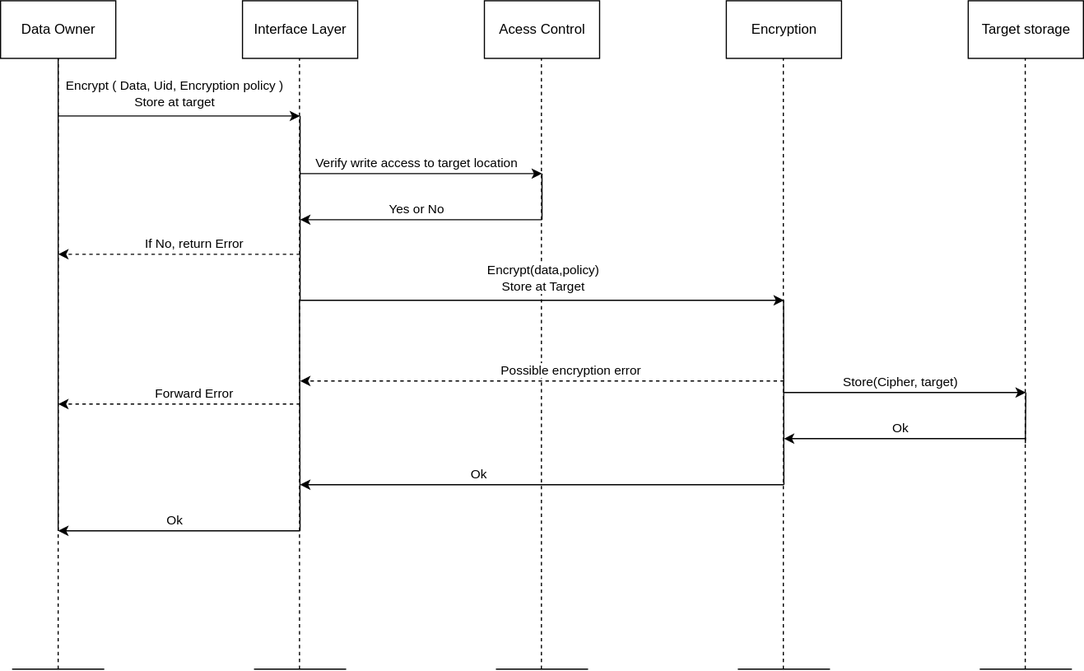
Earlier version of the draw.io export docs/design/system/encryption_flow.drawio.svg (ivajon/NGAC_ABE). Source tidied: cells renumbered, new cells last; positions are measured from the earlier drawing's top-left corner, leaving out a move shared by most shapes.
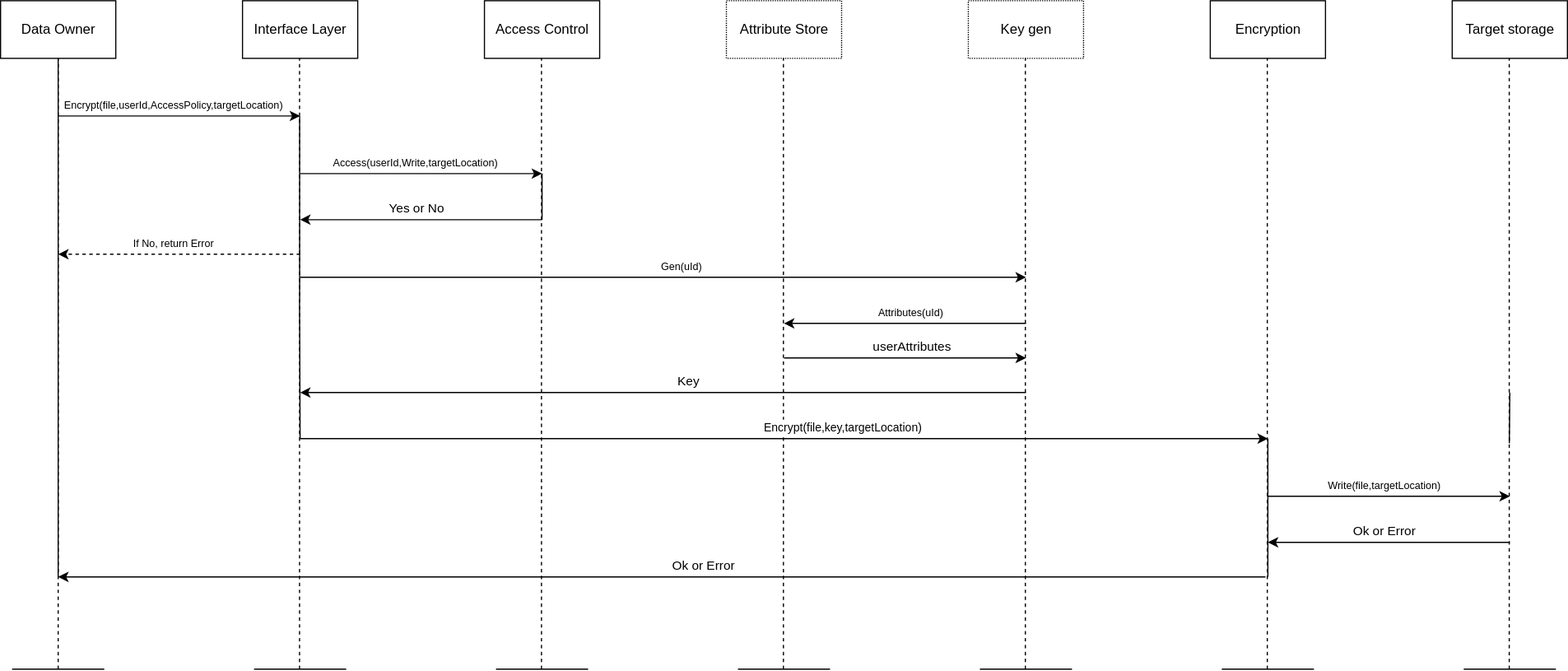
Later version of the same file.

Diff of the diagram source:
```diff
@@ -5,11 +5,11 @@
     <mxCell id="2" value="Data Owner" style="html=1;dashed=0;whitespace=wrap;" parent="1" vertex="1">
       <mxGeometry width="100" height="50" as="geometry" />
     </mxCell>
-    <mxCell id="3" value="Acess Control" style="html=1;dashed=0;whitespace=wrap;" parent="1" vertex="1">
+    <mxCell id="3" value="Access Control" style="html=1;dashed=0;whitespace=wrap;" parent="1" vertex="1">
       <mxGeometry x="420" width="100" height="50" as="geometry" />
     </mxCell>
     <mxCell id="4" value="Encryption" style="html=1;dashed=0;whitespace=wrap;" parent="1" vertex="1">
-      <mxGeometry x="630" width="100" height="50" as="geometry" />
+      <mxGeometry x="1050" width="100" height="50" as="geometry" />
     </mxCell>
     <mxCell id="5" value="Interface Layer" style="html=1;dashed=0;whitespace=wrap;" parent="1" vertex="1">
       <mxGeometry x="210" width="100" height="50" as="geometry" />
@@ -43,10 +43,10 @@
     </mxCell>
     <mxCell id="9" style="endArrow=none;html=1;" parent="1" edge="1">
       <mxGeometry relative="1" as="geometry">
-        <mxPoint x="640" y="580" as="sourcePoint" />
-        <mxPoint x="720" y="580" as="targetPoint" />
+        <mxPoint x="1060" y="580" as="sourcePoint" />
+        <mxPoint x="1140" y="580" as="targetPoint" />
         <Array as="points">
-          <mxPoint x="680" y="580" />
+          <mxPoint x="1100" y="580" />
         </Array>
       </mxGeometry>
     </mxCell>
@@ -69,8 +69,8 @@
     </mxCell>
     <mxCell id="13" style="endArrow=none;dashed=1;html=1;entryX=0.5;entryY=1;entryDx=0;entryDy=0;" parent="1" edge="1">
       <mxGeometry relative="1" as="geometry">
-        <mxPoint x="679.5" y="580" as="sourcePoint" />
-        <mxPoint x="679.5" y="50" as="targetPoint" />
+        <mxPoint x="1099.5" y="580" as="sourcePoint" />
+        <mxPoint x="1099.5" y="50" as="targetPoint" />
       </mxGeometry>
     </mxCell>
     <mxCell id="14" style="endArrow=classic;html=1;" parent="1" edge="1">
@@ -79,39 +79,39 @@
         <mxPoint x="260" y="100" as="targetPoint" />
       </mxGeometry>
     </mxCell>
-    <mxCell id="15" value="Encrypt ( Data, Uid, Encryption policy )&amp;nbsp;&lt;br&gt;Store at target" style="edgeLabel;html=1;align=center;verticalAlign=middle;" parent="14" vertex="1">
+    <mxCell id="15" value="&lt;font style=&quot;font-size: 9px&quot;&gt;Encrypt(file,userId,AccessPolicy,targetLocation)&lt;/font&gt;" style="edgeLabel;html=1;align=center;verticalAlign=middle;" parent="14" vertex="1">
       <mxGeometry x="-0.14" y="-4" relative="1" as="geometry">
-        <mxPoint x="9" y="-24" as="offset" />
+        <mxPoint x="9" y="-14" as="offset" />
       </mxGeometry>
     </mxCell>
     <mxCell id="16" style="endArrow=none;html=1;" parent="1" edge="1">
       <mxGeometry relative="1" as="geometry">
-        <mxPoint x="50" y="460" as="sourcePoint" />
+        <mxPoint x="50" y="500" as="sourcePoint" />
         <mxPoint x="50" y="50" as="targetPoint" />
       </mxGeometry>
     </mxCell>
     <mxCell id="17" value="Target storage" style="html=1;dashed=0;whitespace=wrap;" parent="1" vertex="1">
-      <mxGeometry x="840" width="100" height="50" as="geometry" />
+      <mxGeometry x="1260" width="100" height="50" as="geometry" />
     </mxCell>
     <mxCell id="18" style="endArrow=none;html=1;" parent="1" edge="1">
       <mxGeometry relative="1" as="geometry">
-        <mxPoint x="850" y="580" as="sourcePoint" />
-        <mxPoint x="930" y="580" as="targetPoint" />
+        <mxPoint x="1270" y="580" as="sourcePoint" />
+        <mxPoint x="1350" y="580" as="targetPoint" />
         <Array as="points">
-          <mxPoint x="890" y="580" />
+          <mxPoint x="1310" y="580" />
         </Array>
       </mxGeometry>
     </mxCell>
     <mxCell id="19" style="endArrow=none;dashed=1;html=1;entryX=0.5;entryY=1;entryDx=0;entryDy=0;" parent="1" edge="1">
       <mxGeometry relative="1" as="geometry">
-        <mxPoint x="889.5" y="580" as="sourcePoint" />
-        <mxPoint x="889.5" y="50" as="targetPoint" />
+        <mxPoint x="1309.5" y="580" as="sourcePoint" />
+        <mxPoint x="1309.5" y="50" as="targetPoint" />
       </mxGeometry>
     </mxCell>
     <mxCell id="20" style="endArrow=none;html=1;" parent="1" edge="1">
       <mxGeometry relative="1" as="geometry">
-        <mxPoint x="260" y="260" as="sourcePoint" />
-        <mxPoint x="260" y="100" as="targetPoint" />
+        <mxPoint x="259.6" y="260" as="sourcePoint" />
+        <mxPoint x="259.6" y="100" as="targetPoint" />
       </mxGeometry>
     </mxCell>
     <mxCell id="21" style="endArrow=classic;html=1;" parent="1" edge="1">
@@ -120,7 +120,7 @@
         <mxPoint x="470" y="150" as="targetPoint" />
       </mxGeometry>
     </mxCell>
-    <mxCell id="22" value="Verify write access to target location" style="edgeLabel;html=1;align=center;verticalAlign=middle;" parent="21" vertex="1">
+    <mxCell id="22" value="&lt;font style=&quot;font-size: 9px&quot;&gt;Access(userId,Write,targetLocation)&lt;/font&gt;" style="edgeLabel;html=1;align=center;verticalAlign=middle;" parent="21" vertex="1">
       <mxGeometry x="-0.14" y="-4" relative="1" as="geometry">
         <mxPoint x="9" y="-14" as="offset" />
       </mxGeometry>
@@ -148,105 +148,152 @@
         <mxPoint x="50" y="220" as="targetPoint" />
       </mxGeometry>
     </mxCell>
-    <mxCell id="27" value="If No, return Error" style="edgeLabel;html=1;align=center;verticalAlign=middle;" parent="26" vertex="1">
+    <mxCell id="27" value="&lt;font style=&quot;font-size: 9px&quot;&gt;If No, return Error&lt;/font&gt;" style="edgeLabel;html=1;align=center;verticalAlign=middle;" parent="26" vertex="1">
       <mxGeometry x="-0.11" relative="1" as="geometry">
-        <mxPoint y="-10" as="offset" />
+        <mxPoint x="-17" y="-10" as="offset" />
       </mxGeometry>
     </mxCell>
-    <mxCell id="28" style="endArrow=classic;html=1;" parent="1" edge="1">
-      <mxGeometry relative="1" as="geometry">
-        <mxPoint x="260" y="260" as="sourcePoint" />
-        <mxPoint x="680" y="260" as="targetPoint" />
-      </mxGeometry>
-    </mxCell>
-    <mxCell id="29" value="Encrypt(data,policy)&lt;br&gt;Store at Target" style="edgeLabel;html=1;align=center;verticalAlign=middle;" parent="28" vertex="1">
-      <mxGeometry x="-0.14" y="-4" relative="1" as="geometry">
-        <mxPoint x="29" y="-24" as="offset" />
-      </mxGeometry>
-    </mxCell>
     <mxCell id="30" style="endArrow=none;html=1;" parent="1" edge="1">
       <mxGeometry relative="1" as="geometry">
-        <mxPoint x="680" y="420" as="sourcePoint" />
-        <mxPoint x="679.7" y="260" as="targetPoint" />
+        <mxPoint x="1100" y="500" as="sourcePoint" />
+        <mxPoint x="1100" y="380" as="targetPoint" />
       </mxGeometry>
     </mxCell>
     <mxCell id="31" style="endArrow=classic;html=1;" parent="1" edge="1">
       <mxGeometry relative="1" as="geometry">
-        <mxPoint x="680" y="340" as="sourcePoint" />
-        <mxPoint x="890" y="340" as="targetPoint" />
+        <mxPoint x="1100" y="430" as="sourcePoint" />
+        <mxPoint x="1310" y="430" as="targetPoint" />
       </mxGeometry>
     </mxCell>
-    <mxCell id="32" value="Store(Cipher, target)" style="edgeLabel;html=1;align=center;verticalAlign=middle;" parent="31" vertex="1">
+    <mxCell id="32" value="&lt;font style=&quot;font-size: 9px&quot;&gt;Write(file,targetLocation)&lt;/font&gt;" style="edgeLabel;html=1;align=center;verticalAlign=middle;" parent="31" vertex="1">
       <mxGeometry x="-0.27" y="-1" relative="1" as="geometry">
         <mxPoint x="23" y="-11" as="offset" />
       </mxGeometry>
     </mxCell>
     <mxCell id="33" style="endArrow=none;html=1;" parent="1" edge="1">
       <mxGeometry relative="1" as="geometry">
-        <mxPoint x="889.6" y="384" as="sourcePoint" />
-        <mxPoint x="890" y="340" as="targetPoint" />
+        <mxPoint x="1309.6" y="384" as="sourcePoint" />
+        <mxPoint x="1310" y="340" as="targetPoint" />
       </mxGeometry>
     </mxCell>
     <mxCell id="34" style="endArrow=classic;html=1;" parent="1" edge="1">
       <mxGeometry relative="1" as="geometry">
-        <mxPoint x="890" y="380" as="sourcePoint" />
-        <mxPoint x="680" y="380" as="targetPoint" />
+        <mxPoint x="1310" y="470" as="sourcePoint" />
+        <mxPoint x="1100" y="470" as="targetPoint" />
       </mxGeometry>
     </mxCell>
-    <mxCell id="35" value="Ok" style="edgeLabel;html=1;align=center;verticalAlign=middle;" parent="34" vertex="1">
+    <mxCell id="35" value="Ok or Error" style="edgeLabel;html=1;align=center;verticalAlign=middle;" parent="34" vertex="1">
       <mxGeometry x="0.49" y="3" relative="1" as="geometry">
         <mxPoint x="46" y="-13" as="offset" />
       </mxGeometry>
     </mxCell>
-    <mxCell id="36" style="endArrow=classic;html=1;dashed=1;" parent="1" edge="1">
-      <mxGeometry relative="1" as="geometry">
-        <mxPoint x="680" y="330" as="sourcePoint" />
-        <mxPoint x="260" y="330" as="targetPoint" />
-      </mxGeometry>
-    </mxCell>
-    <mxCell id="37" value="Possible encryption error" style="edgeLabel;html=1;align=center;verticalAlign=middle;" parent="36" vertex="1">
-      <mxGeometry x="-0.11" relative="1" as="geometry">
-        <mxPoint y="-10" as="offset" />
-      </mxGeometry>
-    </mxCell>
     <mxCell id="38" style="endArrow=none;html=1;" parent="1" edge="1">
       <mxGeometry relative="1" as="geometry">
-        <mxPoint x="260" y="460" as="sourcePoint" />
+        <mxPoint x="260" y="380" as="sourcePoint" />
         <mxPoint x="259.5" y="260" as="targetPoint" />
       </mxGeometry>
     </mxCell>
-    <mxCell id="39" style="endArrow=classic;html=1;dashed=1;" parent="1" edge="1">
-      <mxGeometry relative="1" as="geometry">
-        <mxPoint x="260" y="350" as="sourcePoint" />
-        <mxPoint x="50" y="350" as="targetPoint" />
-      </mxGeometry>
-    </mxCell>
-    <mxCell id="40" value="Forward Error" style="edgeLabel;html=1;align=center;verticalAlign=middle;" parent="39" vertex="1">
-      <mxGeometry x="-0.11" relative="1" as="geometry">
-        <mxPoint y="-10" as="offset" />
-      </mxGeometry>
-    </mxCell>
-    <mxCell id="41" style="endArrow=classic;html=1;" parent="1" edge="1">
-      <mxGeometry relative="1" as="geometry">
-        <mxPoint x="680" y="420" as="sourcePoint" />
-        <mxPoint x="260" y="420" as="targetPoint" />
-      </mxGeometry>
-    </mxCell>
-    <mxCell id="42" value="Ok" style="edgeLabel;html=1;align=center;verticalAlign=middle;" parent="41" vertex="1">
-      <mxGeometry x="0.49" y="3" relative="1" as="geometry">
-        <mxPoint x="46" y="-13" as="offset" />
-      </mxGeometry>
-    </mxCell>
-    <mxCell id="43" style="endArrow=classic;html=1;" parent="1" edge="1">
-      <mxGeometry relative="1" as="geometry">
-        <mxPoint x="260" y="460" as="sourcePoint" />
-        <mxPoint x="50" y="460" as="targetPoint" />
-      </mxGeometry>
-    </mxCell>
-    <mxCell id="44" value="Ok" style="edgeLabel;html=1;align=center;verticalAlign=middle;" parent="43" vertex="1">
-      <mxGeometry x="0.49" y="3" relative="1" as="geometry">
-        <mxPoint x="46" y="-13" as="offset" />
-      </mxGeometry>
-    </mxCell>
+    <mxCell id="45" value="Attribute Store" style="html=1;dashed=1;whitespace=wrap;dashPattern=1 1;" parent="1" vertex="1">
+      <mxGeometry x="630" width="100" height="50" as="geometry" />
+    </mxCell>
+    <mxCell id="46" style="endArrow=none;html=1;" parent="1" edge="1">
+      <mxGeometry relative="1" as="geometry">
+        <mxPoint x="640" y="580" as="sourcePoint" />
+        <mxPoint x="720" y="580" as="targetPoint" />
+        <Array as="points">
+          <mxPoint x="680" y="580" />
+        </Array>
+      </mxGeometry>
+    </mxCell>
+    <mxCell id="47" style="endArrow=none;dashed=1;html=1;entryX=0.5;entryY=1;entryDx=0;entryDy=0;" parent="1" edge="1">
+      <mxGeometry relative="1" as="geometry">
+        <mxPoint x="679.5" y="580" as="sourcePoint" />
+        <mxPoint x="679.5" y="50" as="targetPoint" />
+      </mxGeometry>
+    </mxCell>
+    <mxCell id="48" value="Key gen" style="html=1;dashed=1;whitespace=wrap;dashPattern=1 1;" parent="1" vertex="1">
+      <mxGeometry x="840" width="100" height="50" as="geometry" />
+    </mxCell>
+    <mxCell id="49" style="endArrow=none;html=1;" parent="1" edge="1">
+      <mxGeometry relative="1" as="geometry">
+        <mxPoint x="850" y="580" as="sourcePoint" />
+        <mxPoint x="930" y="580" as="targetPoint" />
+        <Array as="points">
+          <mxPoint x="890" y="580" />
+        </Array>
+      </mxGeometry>
+    </mxCell>
+    <mxCell id="50" style="endArrow=none;dashed=1;html=1;entryX=0.5;entryY=1;entryDx=0;entryDy=0;" parent="1" edge="1">
+      <mxGeometry relative="1" as="geometry">
+        <mxPoint x="889.5" y="580" as="sourcePoint" />
+        <mxPoint x="889.5" y="50" as="targetPoint" />
+      </mxGeometry>
+    </mxCell>
+    <mxCell id="51" style="endArrow=classic;html=1;" parent="1" edge="1">
+      <mxGeometry relative="1" as="geometry">
+        <mxPoint x="260" y="240" as="sourcePoint" />
+        <mxPoint x="890" y="240" as="targetPoint" />
+      </mxGeometry>
+    </mxCell>
+    <mxCell id="52" value="&lt;font style=&quot;font-size: 9px&quot;&gt;Gen(uId)&lt;/font&gt;" style="edgeLabel;html=1;align=center;verticalAlign=middle;" parent="51" vertex="1">
+      <mxGeometry x="0.33" y="-1" relative="1" as="geometry">
+        <mxPoint x="-87" y="-11" as="offset" />
+      </mxGeometry>
+    </mxCell>
+    <mxCell id="53" style="endArrow=classic;html=1;" parent="1" edge="1">
+      <mxGeometry relative="1" as="geometry">
+        <mxPoint x="890" y="340" as="sourcePoint" />
+        <mxPoint x="260" y="340" as="targetPoint" />
+      </mxGeometry>
+    </mxCell>
+    <mxCell id="54" value="Key" style="edgeLabel;html=1;align=center;verticalAlign=middle;" parent="53" vertex="1">
+      <mxGeometry x="-0.2" y="-1" relative="1" as="geometry">
+        <mxPoint x="-42" y="-9" as="offset" />
+      </mxGeometry>
+    </mxCell>
+    <mxCell id="55" style="endArrow=classic;html=1;" parent="1" edge="1">
+      <mxGeometry relative="1" as="geometry">
+        <mxPoint x="890" y="280" as="sourcePoint" />
+        <mxPoint x="680" y="280" as="targetPoint" />
+      </mxGeometry>
+    </mxCell>
+    <mxCell id="56" value="&lt;font style=&quot;font-size: 9px&quot;&gt;Attributes(uId)&lt;/font&gt;" style="edgeLabel;html=1;align=center;verticalAlign=middle;" parent="55" vertex="1">
+      <mxGeometry x="-0.21" y="2" relative="1" as="geometry">
+        <mxPoint x="-17" y="-12" as="offset" />
+      </mxGeometry>
+    </mxCell>
+    <mxCell id="57" style="endArrow=classic;html=1;" parent="1" edge="1">
+      <mxGeometry relative="1" as="geometry">
+        <mxPoint x="680" y="310" as="sourcePoint" />
+        <mxPoint x="890" y="310" as="targetPoint" />
+      </mxGeometry>
+    </mxCell>
+    <mxCell id="58" value="userAttributes" style="edgeLabel;html=1;align=center;verticalAlign=middle;" parent="57" vertex="1">
+      <mxGeometry x="0.33" y="-1" relative="1" as="geometry">
+        <mxPoint x="-29" y="-11" as="offset" />
+      </mxGeometry>
+    </mxCell>
+    <mxCell id="59" style="endArrow=classic;html=1;" parent="1" edge="1">
+      <mxGeometry relative="1" as="geometry">
+        <mxPoint x="260" y="380" as="sourcePoint" />
+        <mxPoint x="1100" y="380" as="targetPoint" />
+      </mxGeometry>
+    </mxCell>
+    <mxCell id="60" value="&lt;font size=&quot;1&quot;&gt;Encrypt(file,key,targetLocation)&lt;/font&gt;" style="edgeLabel;html=1;align=center;verticalAlign=middle;" parent="59" vertex="1">
+      <mxGeometry x="0.33" y="-1" relative="1" as="geometry">
+        <mxPoint x="-87" y="-11" as="offset" />
+      </mxGeometry>
+    </mxCell>
+    <mxCell id="61" style="endArrow=classic;html=1;" parent="1" edge="1">
+      <mxGeometry relative="1" as="geometry">
+        <mxPoint x="1098" y="500" as="sourcePoint" />
+        <mxPoint x="50" y="500" as="targetPoint" />
+      </mxGeometry>
+    </mxCell>
+    <mxCell id="62" value="Ok or Error" style="edgeLabel;html=1;align=center;verticalAlign=middle;" parent="61" vertex="1">
+      <mxGeometry x="0.49" y="3" relative="1" as="geometry">
+        <mxPoint x="290" y="-13" as="offset" />
+      </mxGeometry>
+    </mxCell>
   </root>
 </mxGraphModel>
```
